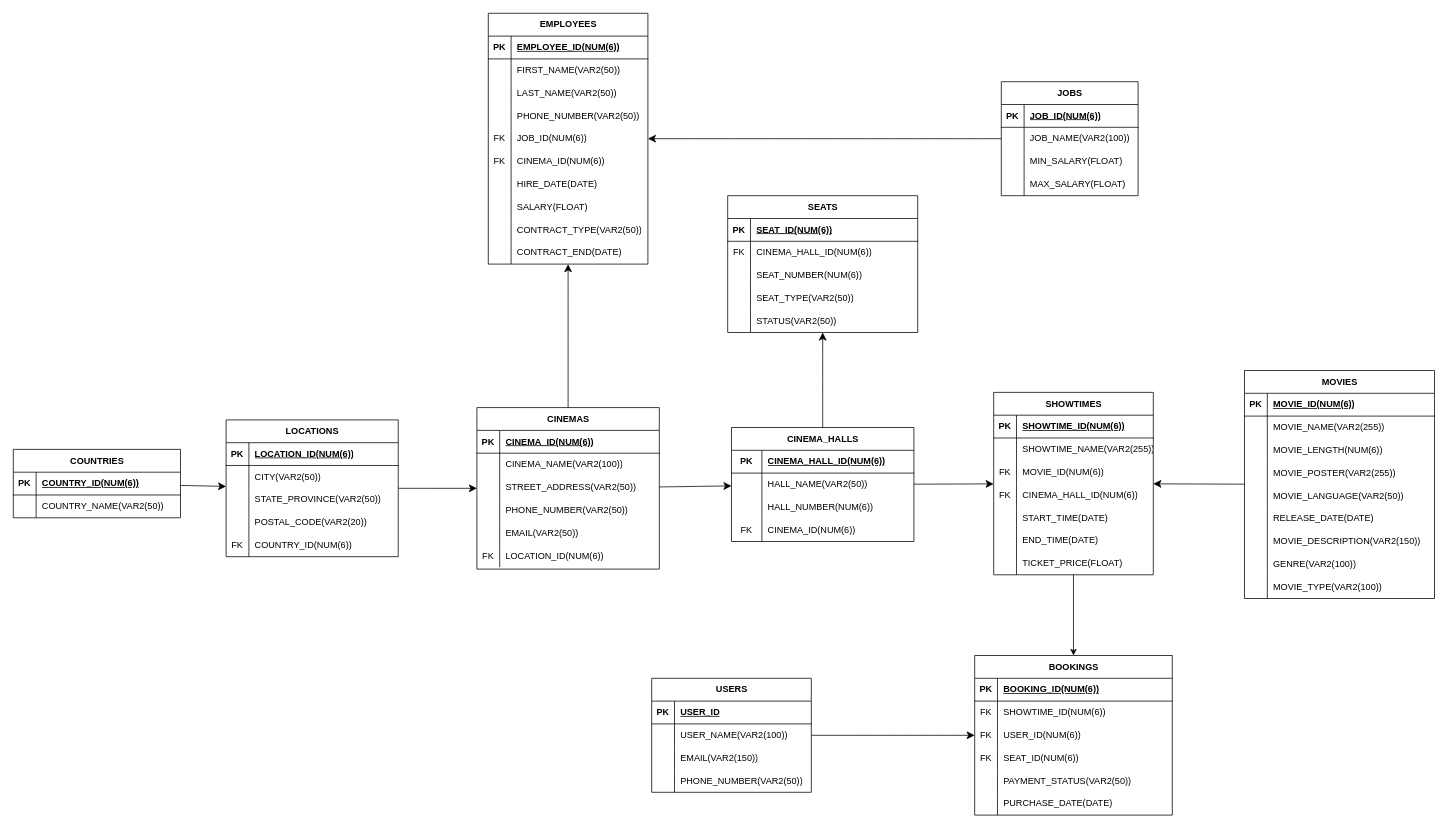
This is cinema_db_schema.drawio from fenqyy/ZSBD_Projekt, a draw.io file, before an edit. Source tidied: cells renumbered, new cells numbered last; positions are measured from the earlier drawing's top-left corner, leaving out a move shared by most shapes. Both pictures are drawn from the tidied source at 76%, with x=0, y=0 at pixel (13, 13).
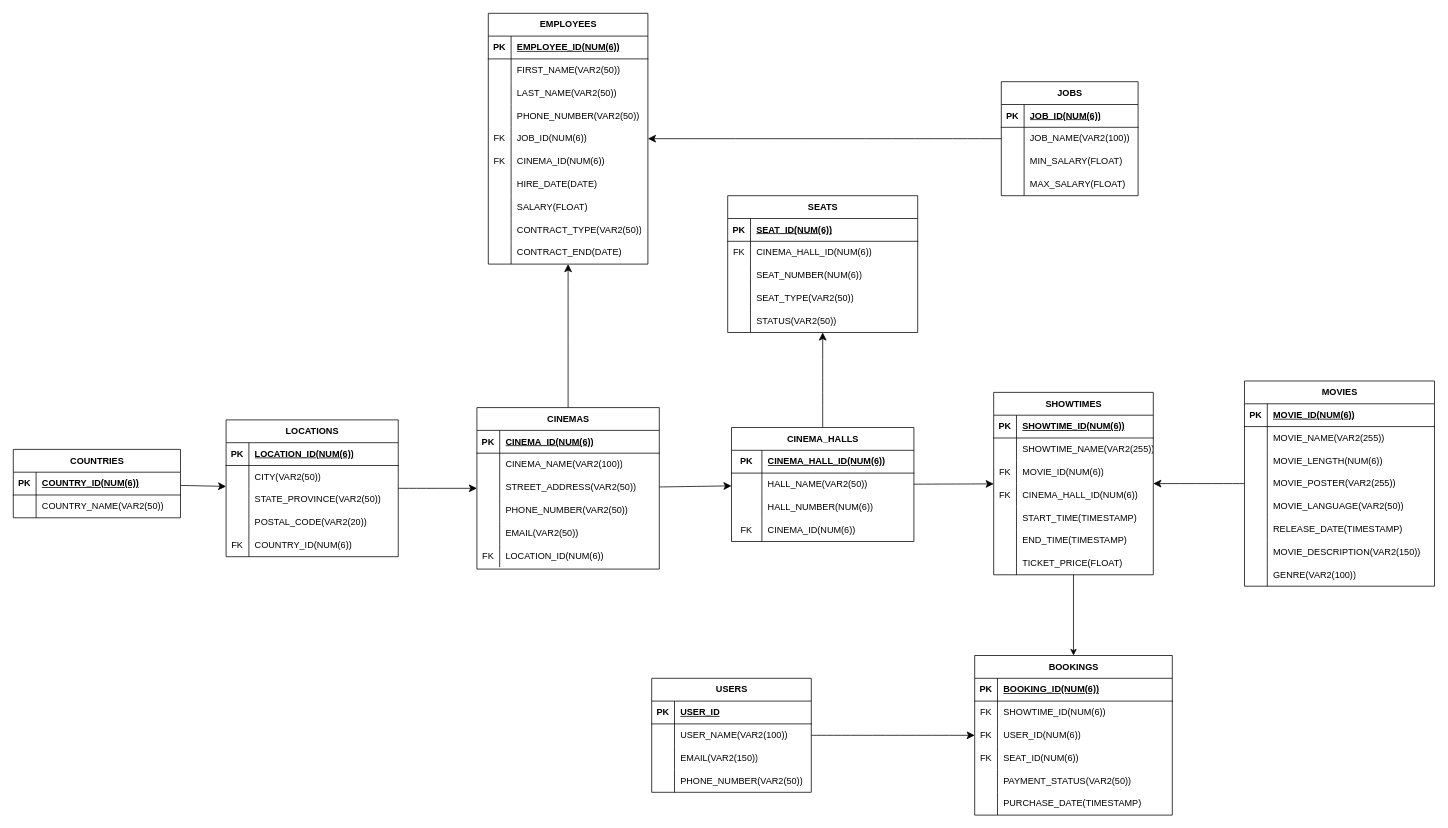
The same diagram, later.

The change refers to these unchanged cells:
```xml
<mxCell id="70" style="shape=tableRow;horizontal=0;startSize=0;swimlaneHead=0;swimlaneBody=0;fillColor=none;top=0;left=0;right=0;bottom=0;" parent="57" vertex="1">
  <mxGeometry y="150" width="210" height="30" as="geometry" />
</mxCell>
<mxCell id="73" style="shape=tableRow;horizontal=0;startSize=0;swimlaneHead=0;swimlaneBody=0;fillColor=none;top=0;left=0;right=0;bottom=0;" parent="57" vertex="1">
  <mxGeometry y="180" width="210" height="30" as="geometry" />
</mxCell>
<mxCell id="95" style="shape=tableRow;horizontal=0;startSize=0;swimlaneHead=0;swimlaneBody=0;fillColor=none;top=0;left=0;right=0;bottom=0;" parent="79" vertex="1">
  <mxGeometry y="180" width="250" height="30" as="geometry" />
</mxCell>
<mxCell id="152" style="shape=tableRow;horizontal=0;startSize=0;swimlaneHead=0;swimlaneBody=0;fillColor=none;top=0;left=0;right=0;bottom=0;" parent="136" vertex="1">
  <mxGeometry y="180" width="260" height="30" as="geometry" />
</mxCell>
```

What changed in the source:
```diff
@@
-    <mxCell id="72" value="START_TIME(DATE)" style="shape=partialRectangle;fillColor=none;top=0;left=0;bottom=0;right=0;align=left;spacingLeft=6;overflow=hidden;whiteSpace=wrap;html=1;" parent="70" vertex="1">
+    <mxCell id="72" value="START_TIME(TIMESTAMP)" style="shape=partialRectangle;fillColor=none;top=0;left=0;bottom=0;right=0;align=left;spacingLeft=6;overflow=hidden;whiteSpace=wrap;html=1;" parent="70" vertex="1">
       <mxGeometry x="30" width="180" height="30" as="geometry" />
     </mxCell>
@@
-    <mxCell id="75" value="END_TIME(DATE)" style="shape=partialRectangle;fillColor=none;top=0;left=0;bottom=0;right=0;align=left;spacingLeft=6;overflow=hidden;whiteSpace=wrap;html=1;" parent="73" vertex="1">
+    <mxCell id="75" value="END_TIME(TIMESTAMP)" style="shape=partialRectangle;fillColor=none;top=0;left=0;bottom=0;right=0;align=left;spacingLeft=6;overflow=hidden;whiteSpace=wrap;html=1;" parent="73" vertex="1">
       <mxGeometry x="30" width="180" height="30" as="geometry" />
     </mxCell>
@@
     <mxCell id="79" value="MOVIES" style="shape=table;startSize=30;childLayout=tableLayout;rowLines=0;fontStyle=1;align=center;html=1;" parent="1" vertex="1">
-      <mxGeometry x="1620" y="470" width="250" height="300" as="geometry" />
+      <mxGeometry x="1620" y="483.8" width="250" height="270" as="geometry" />
     </mxCell>
@@
-    <mxCell id="97" value="RELEASE_DATE(DATE)" style="shape=partialRectangle;fillColor=none;top=0;left=0;bottom=0;right=0;align=left;spacingLeft=6;overflow=hidden;whiteSpace=wrap;html=1;" parent="95" vertex="1">
+    <mxCell id="97" value="RELEASE_DATE(TIMESTAMP)" style="shape=partialRectangle;fillColor=none;top=0;left=0;bottom=0;right=0;align=left;spacingLeft=6;overflow=hidden;whiteSpace=wrap;html=1;" parent="95" vertex="1">
       <mxGeometry x="30" width="220" height="30" as="geometry" />
     </mxCell>
@@
-    <mxCell id="104" style="shape=tableRow;horizontal=0;startSize=0;swimlaneHead=0;swimlaneBody=0;fillColor=none;top=0;left=0;right=0;bottom=0;" parent="79" vertex="1">
-      <mxGeometry y="270" width="250" height="30" as="geometry" />
-    </mxCell>
-    <mxCell id="105" style="shape=partialRectangle;fillColor=none;top=0;left=0;bottom=0;right=0;overflow=hidden;whiteSpace=wrap;html=1;" parent="104" vertex="1">
-      <mxGeometry width="30" height="30" as="geometry" />
-    </mxCell>
-    <mxCell id="106" value="MOVIE_TYPE(VAR2(100))" style="shape=partialRectangle;fillColor=none;top=0;left=0;bottom=0;right=0;align=left;spacingLeft=6;overflow=hidden;whiteSpace=wrap;html=1;" parent="104" vertex="1">
-      <mxGeometry x="30" width="220" height="30" as="geometry" />
-    </mxCell>
@@
-    <mxCell id="154" value="PURCHASE_DATE(DATE)" style="shape=partialRectangle;fillColor=none;top=0;left=0;bottom=0;right=0;align=left;spacingLeft=6;overflow=hidden;whiteSpace=wrap;html=1;" parent="152" vertex="1">
+    <mxCell id="154" value="PURCHASE_DATE(TIMESTAMP)" style="shape=partialRectangle;fillColor=none;top=0;left=0;bottom=0;right=0;align=left;spacingLeft=6;overflow=hidden;whiteSpace=wrap;html=1;" parent="152" vertex="1">
       <mxGeometry x="30" width="230" height="30" as="geometry" />
     </mxCell>
```
